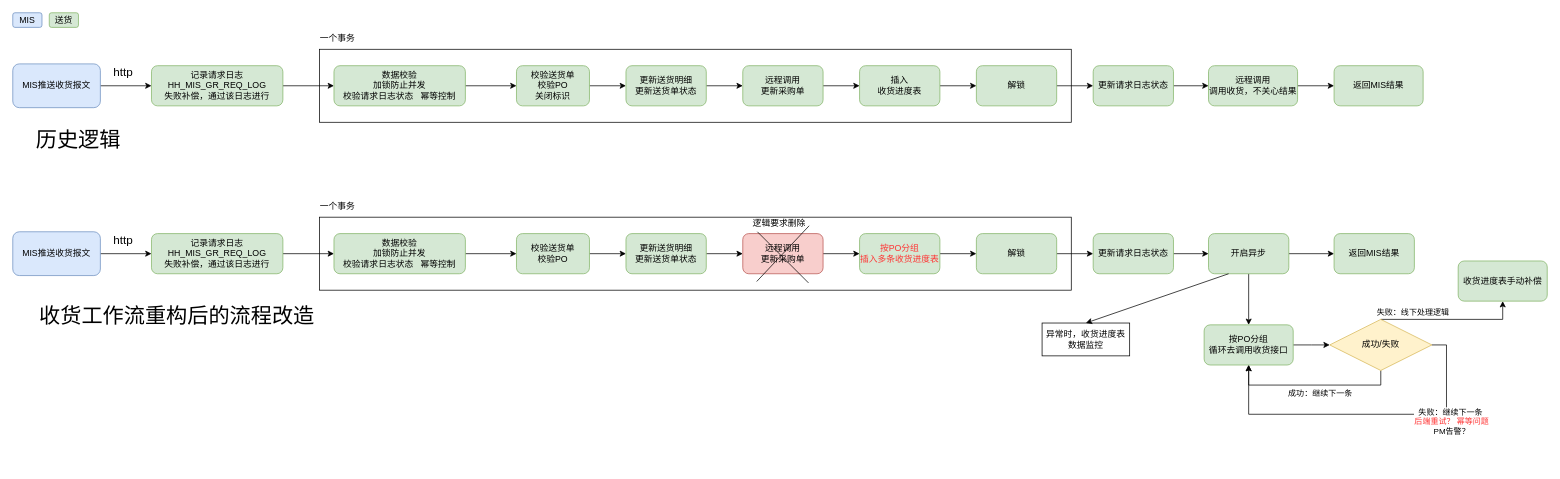
S0Louis/drowio keeps this draw.io diagram as MIS收货.drawio. Above is the earlier version. Source tidied: cells renumbered, new cells numbered last; positions are measured from the earlier drawing's top-left corner, leaving out a move shared by most shapes. Both pictures are drawn from the tidied source at 73%, with x=0, y=0 at pixel (12, 12).
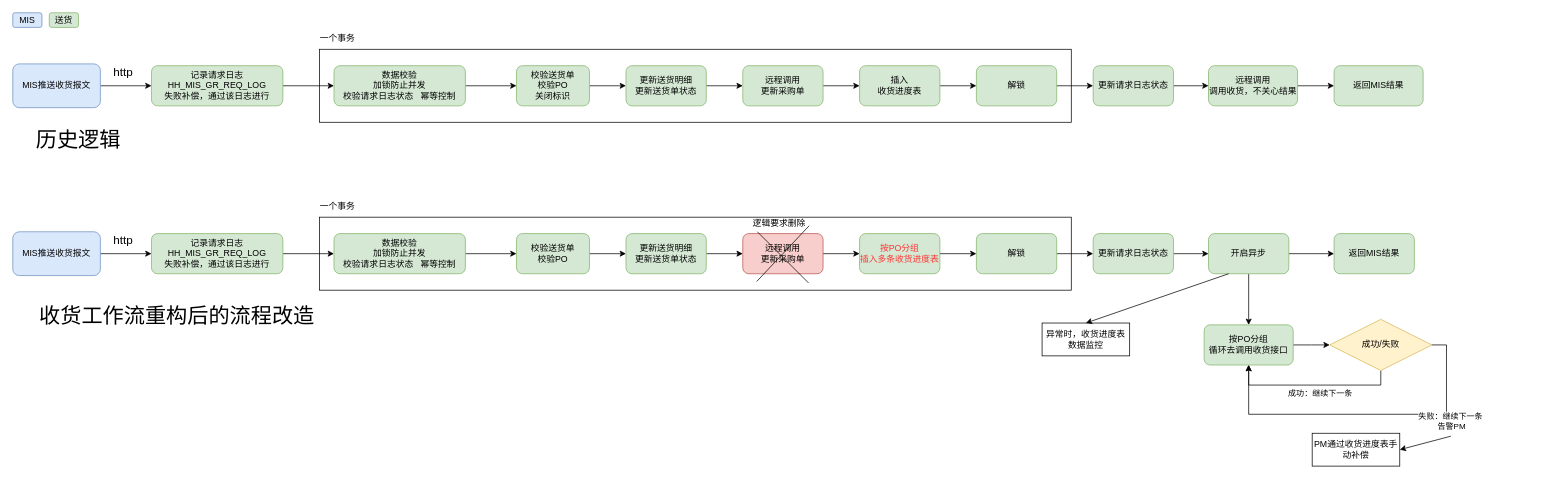
The same page after the edit.

The change refers to these unchanged cells:
```xml
<mxCell id="57" value="成功/失败" style="rhombus;whiteSpace=wrap;html=1;fillColor=#fff2cc;strokeColor=#d6b656;" parent="1" vertex="1">
  <mxGeometry x="1804" y="420" width="140" height="70" as="geometry" />
</mxCell>
<mxCell id="66" style="edgeStyle=orthogonalEdgeStyle;rounded=0;jettySize=auto;html=1;exitX=1;exitY=0.5;exitDx=0;exitDy=0;entryX=0.5;entryY=1;entryDx=0;entryDy=0;" parent="1" edge="1" source="57" target="52">
  <mxGeometry relative="1" as="geometry">
    <Array as="points">
      <mxPoint x="1964" y="455" />
      <mxPoint x="1964" y="550" />
      <mxPoint x="1693" y="550" />
    </Array>
  </mxGeometry>
</mxCell>
```

Change to the diagram source:
```diff
@@
-    <mxCell id="53" style="edgeStyle=orthogonalEdgeStyle;rounded=0;jettySize=auto;html=1;" parent="1" edge="1" source="57" target="58">
-      <mxGeometry relative="1" as="geometry">
-        <Array as="points">
-          <mxPoint x="2041" y="420" />
-        </Array>
-      </mxGeometry>
-    </mxCell>
-    <mxCell id="54" value="失败：线下处理逻辑" style="edgeLabel;html=1;align=center;verticalAlign=middle;" parent="53" vertex="1">
-      <mxGeometry x="-0.55" relative="1" as="geometry">
-        <mxPoint y="-10" as="offset" />
-      </mxGeometry>
-    </mxCell>
@@
-    <mxCell id="58" value="收货进度表手动补偿" style="rounded=1;whiteSpace=wrap;html=1;fillColor=#d5e8d4;strokeColor=#82b366;" parent="1" vertex="1">
-      <mxGeometry x="1980" y="340" width="122" height="55" as="geometry" />
-    </mxCell>
@@
-    <mxCell id="67" value="失败：继续下一条&amp;nbsp;&lt;div&gt;&lt;font color=&quot;#ff3333&quot;&gt;后端重试？ 幂等问题&lt;/font&gt;&lt;/div&gt;&lt;div&gt;PM告警？&lt;/div&gt;" style="edgeLabel;html=1;align=center;verticalAlign=middle;" parent="66" vertex="1">
+    <mxCell id="67" value="失败：继续下一条&amp;nbsp;&lt;div&gt;告警PM&lt;/div&gt;" style="edgeLabel;html=1;align=center;verticalAlign=middle;" parent="66" vertex="1">
       <mxGeometry x="-0.55" relative="1" as="geometry">
         <mxPoint x="6" y="22" as="offset" />
       </mxGeometry>
     </mxCell>
@@
+    <mxCell id="70" value="PM通过收货进度表手动补偿" style="rounded=0;whiteSpace=wrap;html=1;" parent="1" vertex="1">
+      <mxGeometry x="1780" y="576" width="120" height="45" as="geometry" />
+    </mxCell>
+    <mxCell id="71" style="endArrow=classic;html=1;rounded=0;entryX=1;entryY=0.5;entryDx=0;entryDy=0;" parent="1" edge="1" target="70">
+      <mxGeometry relative="1" as="geometry">
+        <mxPoint x="1970" y="580" as="sourcePoint" />
+      </mxGeometry>
+    </mxCell>
```
